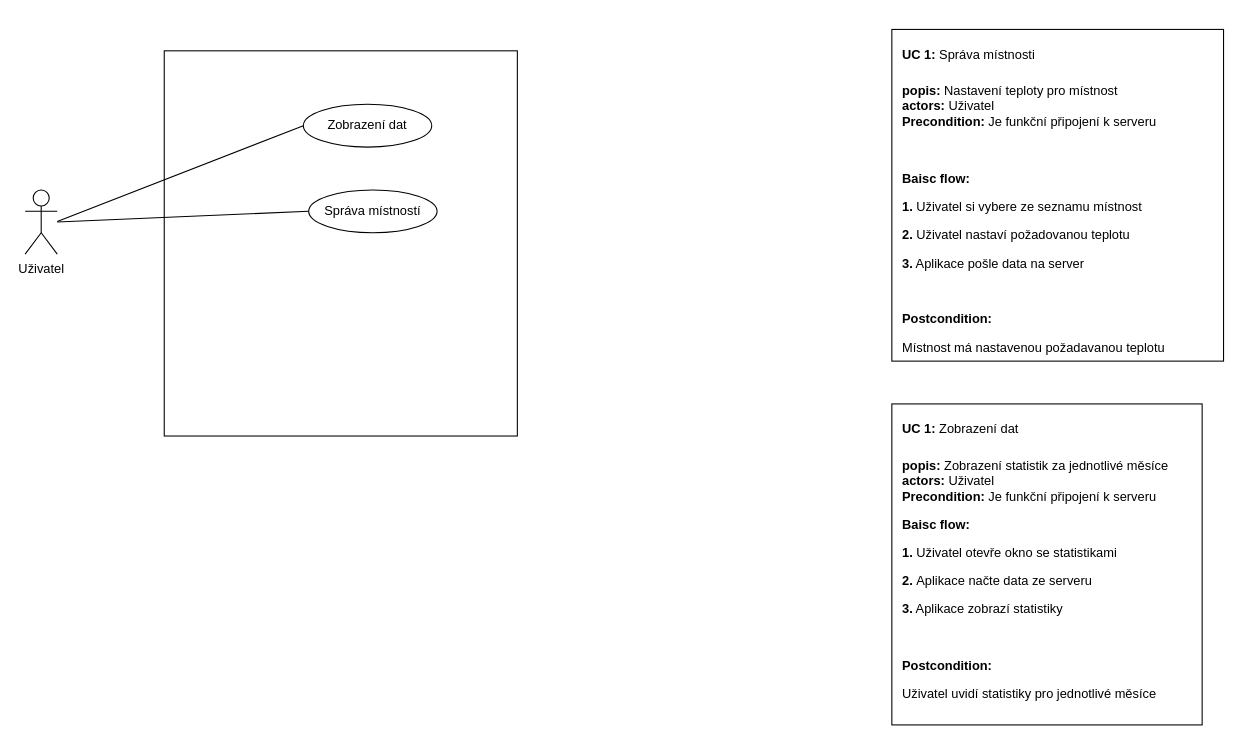
Before: doc/projekt_use_case.drawio in torar9/swinz-projekt, a draw.io diagram. Source tidied: cells renumbered, new cells numbered last; positions are measured from the earlier drawing's top-left corner, leaving out a move shared by most shapes. Both pictures are drawn from the tidied source at 107%, with x=0, y=0 at pixel (25, 29).
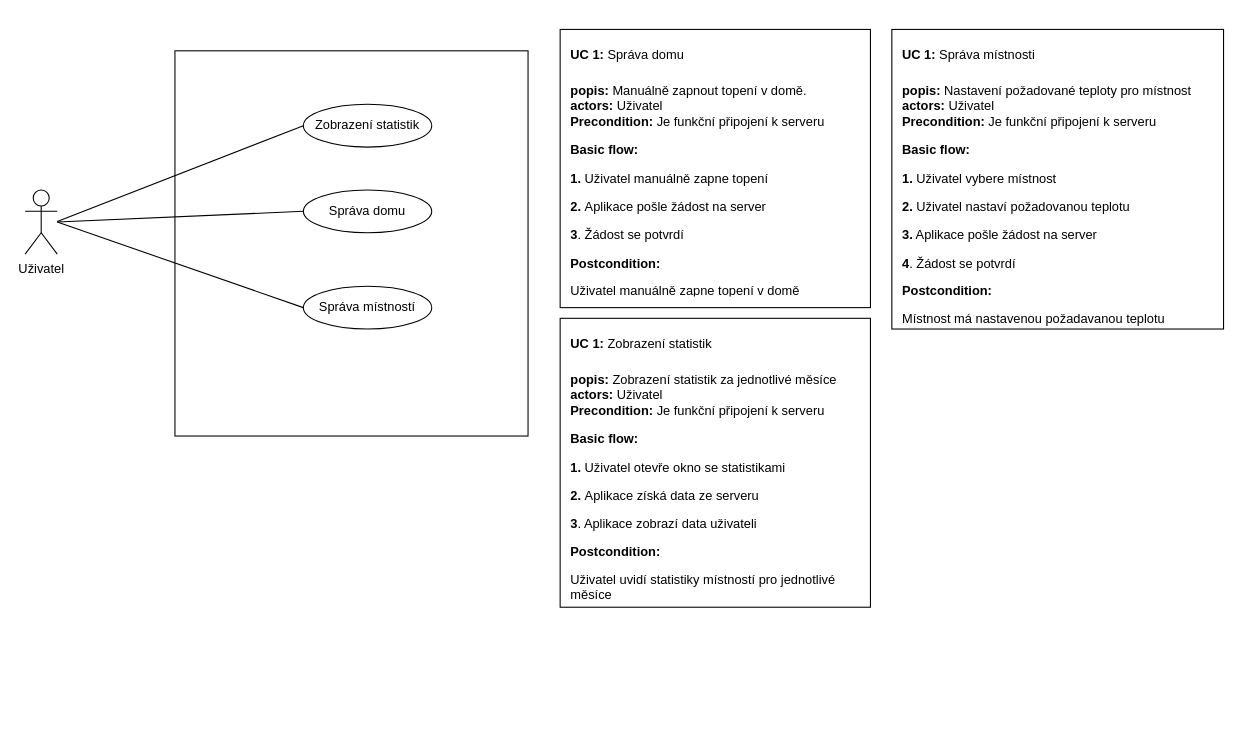
Above is the later version.

Commit message (it also covers changes not shown here):
Fix typo error, pack diagrams to .pdf and .pptx

Diff of the diagram source:
```diff
@@
 <mxGraphModel>
   <root>
     <mxCell id="0" />
     <mxCell id="1" parent="0" />
     <mxCell id="2" value="Uživatel" style="shape=umlActor;verticalLabelPosition=bottom;labelBackgroundColor=#ffffff;verticalAlign=top;html=1;" parent="1" vertex="1">
       <mxGeometry y="150" width="30" height="60" as="geometry" />
     </mxCell>
     <mxCell id="3" style="rounded=0;whiteSpace=wrap;html=1;" parent="1" vertex="1">
-      <mxGeometry x="130" y="20" width="330" height="360" as="geometry" />
+      <mxGeometry x="140" y="20" width="330" height="360" as="geometry" />
     </mxCell>
-    <mxCell id="4" value="Zobrazení dat" style="ellipse;whiteSpace=wrap;html=1;" parent="1" vertex="1">
+    <mxCell id="4" value="Zobrazení statistik" style="ellipse;whiteSpace=wrap;html=1;" parent="1" vertex="1">
       <mxGeometry x="260" y="70" width="120" height="40" as="geometry" />
     </mxCell>
-    <mxCell id="5" value="Správa místností" style="ellipse;whiteSpace=wrap;html=1;" parent="1" vertex="1">
-      <mxGeometry x="265" y="150" width="120" height="40" as="geometry" />
+    <mxCell id="5" value="Správa domu" style="ellipse;whiteSpace=wrap;html=1;" parent="1" vertex="1">
+      <mxGeometry x="260" y="150" width="120" height="40" as="geometry" />
     </mxCell>
     <mxCell id="6" style="endArrow=none;html=1;entryX=0;entryY=0.5;entryDx=0;entryDy=0;" parent="1" edge="1" target="4">
       <mxGeometry relative="1" as="geometry">
         <mxPoint x="30" y="179.5" as="sourcePoint" />
       </mxGeometry>
     </mxCell>
     <mxCell id="7" style="endArrow=none;html=1;entryX=0;entryY=0.5;entryDx=0;entryDy=0;" parent="1" edge="1" target="5">
       <mxGeometry relative="1" as="geometry">
         <mxPoint x="30" y="180" as="sourcePoint" />
       </mxGeometry>
     </mxCell>
     <mxCell id="8" style="rounded=0;whiteSpace=wrap;html=1;" parent="1" vertex="1">
-      <mxGeometry x="810" width="310" height="310" as="geometry" />
+      <mxGeometry x="810" width="310" height="280" as="geometry" />
     </mxCell>
-    <mxCell id="9" value="&lt;h1&gt;&lt;font style=&quot;font-size: 12px&quot;&gt;UC 1:&lt;/font&gt;&lt;font style=&quot;font-size: 12px ; font-weight: normal&quot;&gt; Správa místnosti&lt;/font&gt;&lt;/h1&gt;&lt;div&gt;&lt;font style=&quot;font-size: 12px&quot;&gt;&lt;b&gt;popis:&lt;/b&gt;&lt;/font&gt;&lt;font style=&quot;font-size: 12px ; font-weight: normal&quot;&gt; Nastavení teploty pro místnost&lt;/font&gt;&lt;/div&gt;&lt;div&gt;&lt;font style=&quot;font-size: 12px&quot;&gt;&lt;b&gt;actors:&lt;/b&gt;&lt;/font&gt;&lt;font style=&quot;font-size: 12px ; font-weight: normal&quot;&gt; Uživatel&lt;br&gt;&lt;/font&gt;&lt;/div&gt;&lt;div&gt;&lt;font style=&quot;font-size: 12px&quot;&gt;&lt;b&gt;Precondition: &lt;/b&gt;&lt;/font&gt;&lt;font style=&quot;font-size: 12px ; font-weight: normal&quot;&gt;Je funkční připojení k serveru&lt;/font&gt;&lt;/div&gt;&lt;p&gt;&lt;br&gt;&lt;/p&gt;&lt;p&gt;&lt;b&gt;Baisc flow:&lt;/b&gt;&lt;/p&gt;&lt;p&gt;&lt;b&gt;1.&lt;/b&gt; Uživatel si vybere ze seznamu místnost&lt;/p&gt;&lt;p&gt;&lt;b&gt;2.&lt;/b&gt; Uživatel nastaví požadovanou teplotu&lt;/p&gt;&lt;p&gt;&lt;b&gt;3.&lt;/b&gt; Aplikace pošle data na server&lt;/p&gt;&lt;p&gt;&lt;br&gt;&lt;/p&gt;&lt;p&gt;&lt;b&gt;Postcondition:&lt;/b&gt;&lt;/p&gt;&lt;p&gt;Místnost má nastavenou požadavanou teplotu&lt;/p&gt;" style="text;html=1;strokeColor=none;fillColor=none;spacing=5;spacingTop=-20;whiteSpace=wrap;overflow=hidden;rounded=0;" parent="1" vertex="1">
-      <mxGeometry x="815" width="295" height="310" as="geometry" />
+    <mxCell id="9" value="&lt;h1&gt;&lt;font style=&quot;font-size: 12px&quot;&gt;UC 1:&lt;/font&gt;&lt;font style=&quot;font-size: 12px ; font-weight: normal&quot;&gt; Správa místnosti&lt;/font&gt;&lt;/h1&gt;&lt;div&gt;&lt;font style=&quot;font-size: 12px&quot;&gt;&lt;b&gt;popis:&lt;/b&gt;&lt;/font&gt;&lt;font style=&quot;font-size: 12px ; font-weight: normal&quot;&gt; Nastavení požadované teploty pro místnost&lt;/font&gt;&lt;/div&gt;&lt;div&gt;&lt;font style=&quot;font-size: 12px&quot;&gt;&lt;b&gt;actors:&lt;/b&gt;&lt;/font&gt;&lt;font style=&quot;font-size: 12px ; font-weight: normal&quot;&gt; Uživatel&lt;br&gt;&lt;/font&gt;&lt;/div&gt;&lt;div&gt;&lt;font style=&quot;font-size: 12px&quot;&gt;&lt;b&gt;Precondition: &lt;/b&gt;&lt;/font&gt;&lt;font style=&quot;font-size: 12px ; font-weight: normal&quot;&gt;Je funkční připojení k serveru&lt;/font&gt;&lt;/div&gt;&lt;p&gt;&lt;b&gt;Basic flow:&lt;/b&gt;&lt;/p&gt;&lt;p&gt;&lt;b&gt;1.&lt;/b&gt; Uživatel vybere místnost&lt;/p&gt;&lt;p&gt;&lt;b&gt;2.&lt;/b&gt; Uživatel nastaví požadovanou teplotu&lt;/p&gt;&lt;p&gt;&lt;b&gt;3.&lt;/b&gt; Aplikace pošle žádost na server&lt;/p&gt;&lt;p&gt;&lt;b&gt;4&lt;/b&gt;. Žádost se potvrdí&lt;/p&gt;&lt;p&gt;&lt;b&gt;Postcondition:&lt;/b&gt;&lt;/p&gt;&lt;p&gt;Místnost má nastavenou požadavanou teplotu&lt;/p&gt;" style="text;html=1;strokeColor=none;fillColor=none;spacing=5;spacingTop=-20;whiteSpace=wrap;overflow=hidden;rounded=0;" parent="1" vertex="1">
+      <mxGeometry x="815" width="295" height="280" as="geometry" />
     </mxCell>
     <mxCell id="10" style="rounded=0;whiteSpace=wrap;html=1;" parent="1" vertex="1">
-      <mxGeometry x="810" y="350" width="290" height="300" as="geometry" />
+      <mxGeometry x="500" y="270" width="290" height="270" as="geometry" />
     </mxCell>
-    <mxCell id="11" value="&lt;h1&gt;&lt;font style=&quot;font-size: 12px&quot;&gt;UC 1:&lt;/font&gt;&lt;font style=&quot;font-size: 12px ; font-weight: normal&quot;&gt; Zobrazení dat&lt;/font&gt;&lt;/h1&gt;&lt;div&gt;&lt;font style=&quot;font-size: 12px&quot;&gt;&lt;b&gt;popis:&lt;/b&gt;&lt;/font&gt;&lt;font style=&quot;font-size: 12px ; font-weight: normal&quot;&gt; Zobrazení statistik za jednotlivé měsíce&lt;/font&gt;&lt;/div&gt;&lt;div&gt;&lt;font style=&quot;font-size: 12px&quot;&gt;&lt;b&gt;actors: &lt;/b&gt;&lt;/font&gt;&lt;font style=&quot;font-size: 12px ; font-weight: normal&quot;&gt;Uživatel&lt;/font&gt;&lt;/div&gt;&lt;div&gt;&lt;font style=&quot;font-size: 12px&quot;&gt;&lt;b&gt;Precondition: &lt;/b&gt;&lt;/font&gt;&lt;font style=&quot;font-size: 12px ; font-weight: normal&quot;&gt;Je funkční připojení k serveru&lt;/font&gt;&lt;/div&gt;&lt;p&gt;&lt;b&gt;Baisc flow:&lt;/b&gt;&lt;/p&gt;&lt;p&gt;&lt;b&gt;1. &lt;/b&gt;Uživatel otevře okno se statistikami&lt;/p&gt;&lt;p&gt;&lt;b&gt;2. &lt;/b&gt;Aplikace načte data ze serveru&lt;/p&gt;&lt;p&gt;&lt;b&gt;3.&lt;/b&gt; Aplikace zobrazí statistiky&lt;/p&gt;&lt;p&gt;&lt;br&gt;&lt;/p&gt;&lt;p&gt;&lt;b&gt;Postcondition:&lt;/b&gt;&lt;/p&gt;&lt;p&gt;Uživatel uvidí statistiky pro jednotlivé měsíce&lt;/p&gt;" style="text;html=1;strokeColor=none;fillColor=none;spacing=5;spacingTop=-20;whiteSpace=wrap;overflow=hidden;rounded=0;" parent="1" vertex="1">
-      <mxGeometry x="815" y="350" width="285" height="300" as="geometry" />
+    <mxCell id="11" value="&lt;h1&gt;&lt;font style=&quot;font-size: 12px&quot;&gt;UC 1:&lt;/font&gt;&lt;font style=&quot;font-size: 12px ; font-weight: normal&quot;&gt; Zobrazení statistik&lt;/font&gt;&lt;/h1&gt;&lt;div&gt;&lt;font style=&quot;font-size: 12px&quot;&gt;&lt;b&gt;popis:&lt;/b&gt;&lt;/font&gt;&lt;font style=&quot;font-size: 12px ; font-weight: normal&quot;&gt; Zobrazení statistik za jednotlivé měsíce&lt;/font&gt;&lt;/div&gt;&lt;div&gt;&lt;font style=&quot;font-size: 12px&quot;&gt;&lt;b&gt;actors: &lt;/b&gt;&lt;/font&gt;&lt;font style=&quot;font-size: 12px ; font-weight: normal&quot;&gt;Uživatel&lt;/font&gt;&lt;/div&gt;&lt;div&gt;&lt;font style=&quot;font-size: 12px&quot;&gt;&lt;b&gt;Precondition: &lt;/b&gt;&lt;/font&gt;&lt;font style=&quot;font-size: 12px ; font-weight: normal&quot;&gt;Je funkční připojení k serveru&lt;/font&gt;&lt;/div&gt;&lt;p&gt;&lt;b&gt;Basic flow:&lt;/b&gt;&lt;/p&gt;&lt;p&gt;&lt;b&gt;1. &lt;/b&gt;Uživatel otevře okno se statistikami&lt;/p&gt;&lt;p&gt;&lt;b&gt;2. &lt;/b&gt;Aplikace získá data ze serveru&lt;/p&gt;&lt;p&gt;&lt;b&gt;3&lt;/b&gt;. Aplikace zobrazí data uživateli&lt;/p&gt;&lt;p&gt;&lt;b&gt;Postcondition:&lt;/b&gt;&lt;/p&gt;&lt;p&gt;Uživatel uvidí statistiky místností pro jednotlivé měsíce&lt;/p&gt;" style="text;html=1;strokeColor=none;fillColor=none;spacing=5;spacingTop=-20;whiteSpace=wrap;overflow=hidden;rounded=0;" parent="1" vertex="1">
+      <mxGeometry x="505" y="270" width="285" height="270" as="geometry" />
     </mxCell>
+    <mxCell id="12" value="Správa místností" style="ellipse;whiteSpace=wrap;html=1;" parent="1" vertex="1">
+      <mxGeometry x="260" y="240" width="120" height="40" as="geometry" />
+    </mxCell>
+    <mxCell id="13" style="endArrow=none;html=1;entryX=0;entryY=0.5;entryDx=0;entryDy=0;" parent="1" edge="1" target="12">
+      <mxGeometry relative="1" as="geometry">
+        <mxPoint x="30" y="180" as="sourcePoint" />
+      </mxGeometry>
+    </mxCell>
+    <mxCell id="14" style="rounded=0;whiteSpace=wrap;html=1;" parent="1" vertex="1">
+      <mxGeometry x="500" width="290" height="260" as="geometry" />
+    </mxCell>
+    <mxCell id="15" value="&lt;h1&gt;&lt;font style=&quot;font-size: 12px&quot;&gt;UC 1:&lt;/font&gt;&lt;font style=&quot;font-size: 12px ; font-weight: normal&quot;&gt;&amp;nbsp;Správa domu&lt;/font&gt;&lt;/h1&gt;&lt;div&gt;&lt;font style=&quot;font-size: 12px&quot;&gt;&lt;b&gt;popis:&lt;/b&gt;&lt;/font&gt;&lt;font style=&quot;font-size: 12px ; font-weight: normal&quot;&gt;&amp;nbsp;Manuálně zapnout topení v domě.&lt;/font&gt;&lt;/div&gt;&lt;div&gt;&lt;font style=&quot;font-size: 12px&quot;&gt;&lt;b&gt;actors: &lt;/b&gt;&lt;/font&gt;&lt;font style=&quot;font-size: 12px ; font-weight: normal&quot;&gt;Uživatel&lt;/font&gt;&lt;/div&gt;&lt;div&gt;&lt;font style=&quot;font-size: 12px&quot;&gt;&lt;b&gt;Precondition: &lt;/b&gt;&lt;/font&gt;&lt;font style=&quot;font-size: 12px ; font-weight: normal&quot;&gt;Je funkční připojení k serveru&lt;/font&gt;&lt;/div&gt;&lt;p&gt;&lt;b&gt;Basic flow:&lt;/b&gt;&lt;/p&gt;&lt;p&gt;&lt;b&gt;1. &lt;/b&gt;Uživatel manuálně zapne topení&lt;/p&gt;&lt;p&gt;&lt;b&gt;2. &lt;/b&gt;Aplikace pošle žádost na server&lt;/p&gt;&lt;p&gt;&lt;b&gt;3&lt;/b&gt;. Žádost se potvrdí&lt;/p&gt;&lt;p&gt;&lt;b&gt;Postcondition:&lt;/b&gt;&lt;/p&gt;&lt;p&gt;Uživatel manuálně zapne topení v domě&lt;/p&gt;" style="text;html=1;strokeColor=none;fillColor=none;spacing=5;spacingTop=-20;whiteSpace=wrap;overflow=hidden;rounded=0;" parent="1" vertex="1">
+      <mxGeometry x="505" width="285" height="250" as="geometry" />
+    </mxCell>
   </root>
 </mxGraphModel>
```
